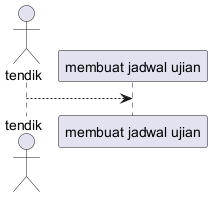
Before: webapp/tools/use_case_diagram.png, a diagram exported from PlantUML (AgileRE-2024/UCaseGenerator).
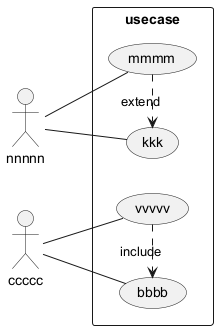
Above is the later version.

Diff of the diagram source:
```diff
@@ -1,4 +1,20 @@
 @startuml
-actor "tendik" as tendik
-tendik --> "membuat jadwal ujian"
+left to right direction
+skinparam packageStyle rectangle
+
+actor nnnnn
+actor ccccc
+rectangle usecase {
+  (vvvvv)
+  (bbbb)
+  (mmmm)
+  (kkk)
+}
+
+ccccc -- (vvvvv)
+ccccc -- (bbbb)
+nnnnn -- (mmmm)
+nnnnn -- (kkk)
+(vvvvv) .> (bbbb) : include
+(mmmm) .> (kkk) : extend
 @enduml
```
